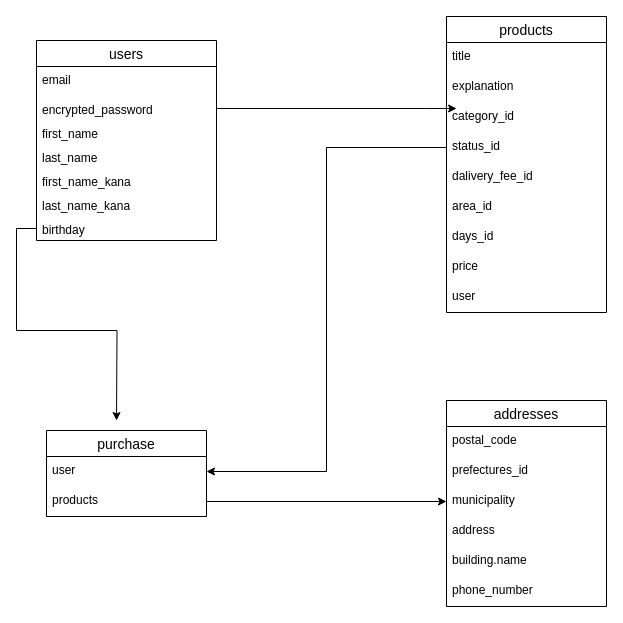
Before: furima.dio in tetsu621/furima-31113, a draw.io diagram. Source tidied: cells renumbered, new cells numbered last; positions are measured from the earlier drawing's top-left corner, leaving out a move shared by most shapes. Both pictures are drawn from the tidied source at 100%, with x=0, y=0 at pixel (36, 16).
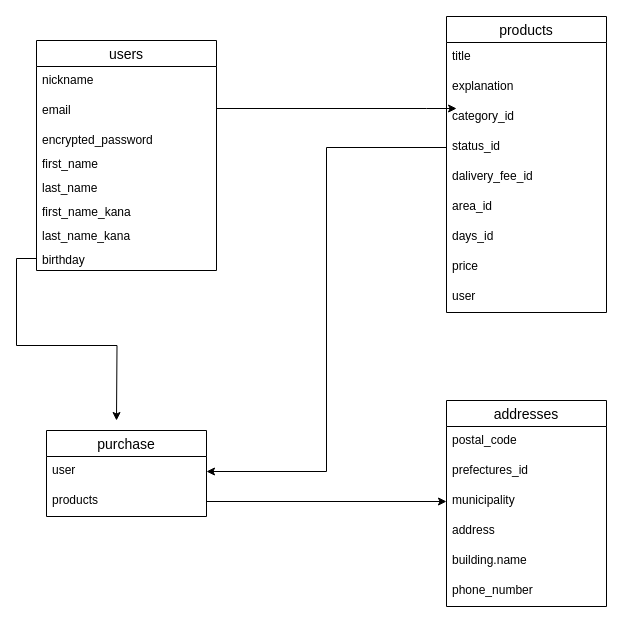
The same diagram, later.

Commit message (it also covers changes not shown here):
nicknameカラムの追加

The edit, as a diff of the source:
```diff
@@
     <mxCell id="2" value="users" style="swimlane;fontStyle=0;horizontal=1;startSize=26;align=center;fontSize=14;" parent="1" vertex="1">
-      <mxGeometry y="24" width="180" height="200" as="geometry" />
+      <mxGeometry y="24" width="180" height="230" as="geometry" />
     </mxCell>
-    <mxCell id="3" value="email" style="text;strokeColor=none;fillColor=none;spacingLeft=4;spacingRight=4;overflow=hidden;fontSize=12;" parent="2" vertex="1">
+    <mxCell id="3" value="nickname" style="text;strokeColor=none;fillColor=none;spacingLeft=4;spacingRight=4;overflow=hidden;fontSize=12;" parent="2" vertex="1">
       <mxGeometry y="26" width="180" height="30" as="geometry" />
     </mxCell>
+    <mxCell id="34" value="email" style="text;strokeColor=none;fillColor=none;spacingLeft=4;spacingRight=4;overflow=hidden;fontSize=12;" parent="2" vertex="1">
+      <mxGeometry y="56" width="180" height="30" as="geometry" />
+    </mxCell>
     <mxCell id="4" value="encrypted_password" style="text;strokeColor=none;fillColor=none;spacingLeft=4;spacingRight=4;overflow=hidden;points=[[0,0.5],[1,0.5]];portConstraint=eastwest;fontSize=12;" parent="2" vertex="1">
-      <mxGeometry y="56" width="180" height="24" as="geometry" />
+      <mxGeometry y="86" width="180" height="24" as="geometry" />
     </mxCell>
     <mxCell id="5" value="first_name" style="text;strokeColor=none;fillColor=none;spacingLeft=4;spacingRight=4;overflow=hidden;fontSize=12;" parent="2" vertex="1">
-      <mxGeometry y="80" width="180" height="24" as="geometry" />
+      <mxGeometry y="110" width="180" height="24" as="geometry" />
     </mxCell>
     <mxCell id="6" value="last_name" style="text;strokeColor=none;fillColor=none;spacingLeft=4;spacingRight=4;overflow=hidden;fontSize=12;" parent="2" vertex="1">
-      <mxGeometry y="104" width="180" height="24" as="geometry" />
+      <mxGeometry y="134" width="180" height="24" as="geometry" />
     </mxCell>
     <mxCell id="7" value="first_name_kana" style="text;strokeColor=none;fillColor=none;spacingLeft=4;spacingRight=4;overflow=hidden;fontSize=12;" parent="2" vertex="1">
-      <mxGeometry y="128" width="180" height="24" as="geometry" />
+      <mxGeometry y="158" width="180" height="24" as="geometry" />
     </mxCell>
     <mxCell id="8" value="last_name_kana" style="text;strokeColor=none;fillColor=none;spacingLeft=4;spacingRight=4;overflow=hidden;fontSize=12;" parent="2" vertex="1">
-      <mxGeometry y="152" width="180" height="24" as="geometry" />
+      <mxGeometry y="182" width="180" height="24" as="geometry" />
     </mxCell>
     <mxCell id="9" value="birthday" style="text;strokeColor=none;fillColor=none;spacingLeft=4;spacingRight=4;overflow=hidden;points=[[0,0.5],[1,0.5]];portConstraint=eastwest;fontSize=12;" parent="2" vertex="1">
-      <mxGeometry y="176" width="180" height="24" as="geometry" />
+      <mxGeometry y="206" width="180" height="24" as="geometry" />
     </mxCell>
```
